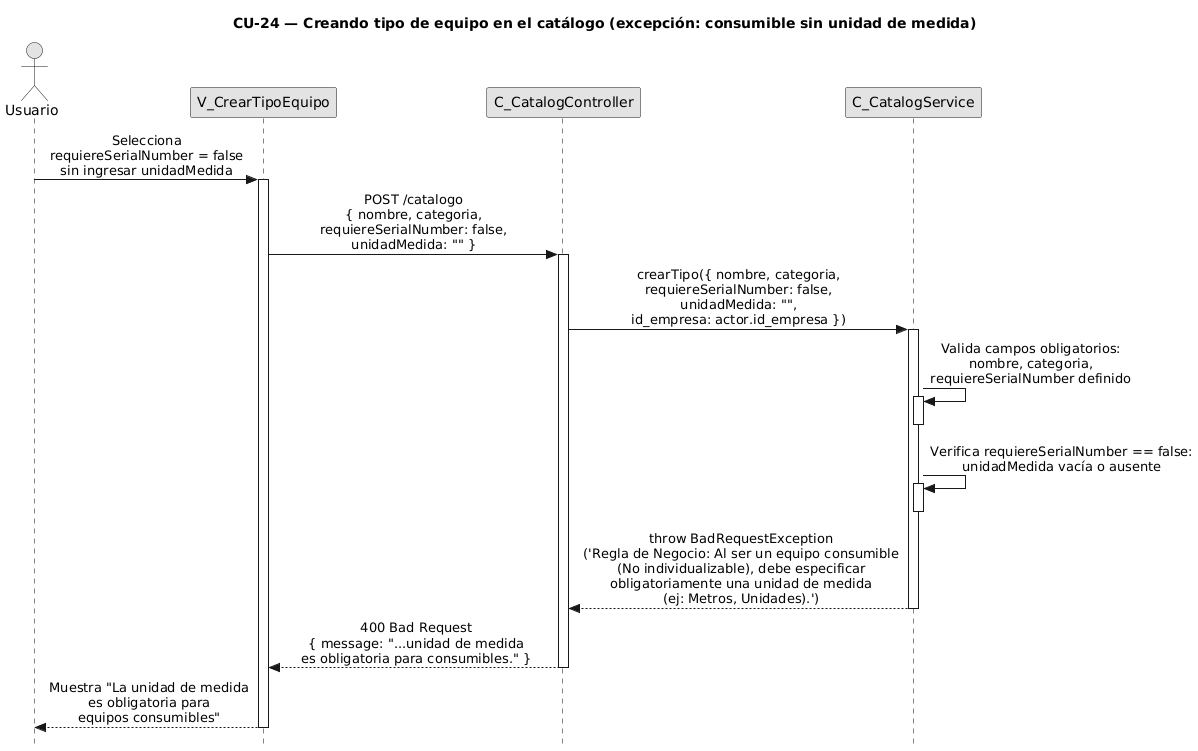
Before: diagramas-secuencia/CU24/CU24-exc-consumible-sin-unidad.png, a diagram exported from PlantUML (FSM-Finet-y-Cable-Magico/Team_1-Inventario-y-Bodega). Its diagram source:
```plantuml
@startuml CU24-exc-consumible-sin-unidad
title CU-24 — Creando tipo de equipo en el catálogo (excepción: consumible sin unidad de medida)

skinparam style strictuml
skinparam monochrome true
skinparam shadowing false
skinparam sequenceMessageAlign center
skinparam ParticipantPadding 70
skinparam ActorPadding 30
skinparam sequence {
  MessageAlign center
  LifeLineBorderColor black
}
hide footbox

actor "Usuario" as user
participant "V_CrearTipoEquipo" as view
participant "C_CatalogController" as ctrl
participant "C_CatalogService" as svc

user -> view : Selecciona\nrequiereSerialNumber = false\nsin ingresar unidadMedida
activate view

view -> ctrl : POST /catalogo\n{ nombre, categoria,\nrequiereSerialNumber: false,\nunidadMedida: "" }
activate ctrl

ctrl -> svc : crearTipo({ nombre, categoria,\nrequiereSerialNumber: false,\nunidadMedida: "",\nid_empresa: actor.id_empresa })
activate svc

svc -> svc : Valida campos obligatorios:\nnombre, categoria,\nrequiereSerialNumber definido
activate svc
deactivate svc

svc -> svc : Verifica requiereSerialNumber == false:\nunidadMedida vacía o ausente
activate svc
deactivate svc

svc --> ctrl : throw BadRequestException\n('Regla de Negocio: Al ser un equipo consumible\n(No individualizable), debe especificar\nobligatoriamente una unidad de medida\n(ej: Metros, Unidades).')
deactivate svc

ctrl --> view : 400 Bad Request\n{ message: "...unidad de medida\nes obligatoria para consumibles." }
deactivate ctrl

view --> user : Muestra "La unidad de medida\nes obligatoria para\nequipos consumibles"
deactivate view

@enduml
```
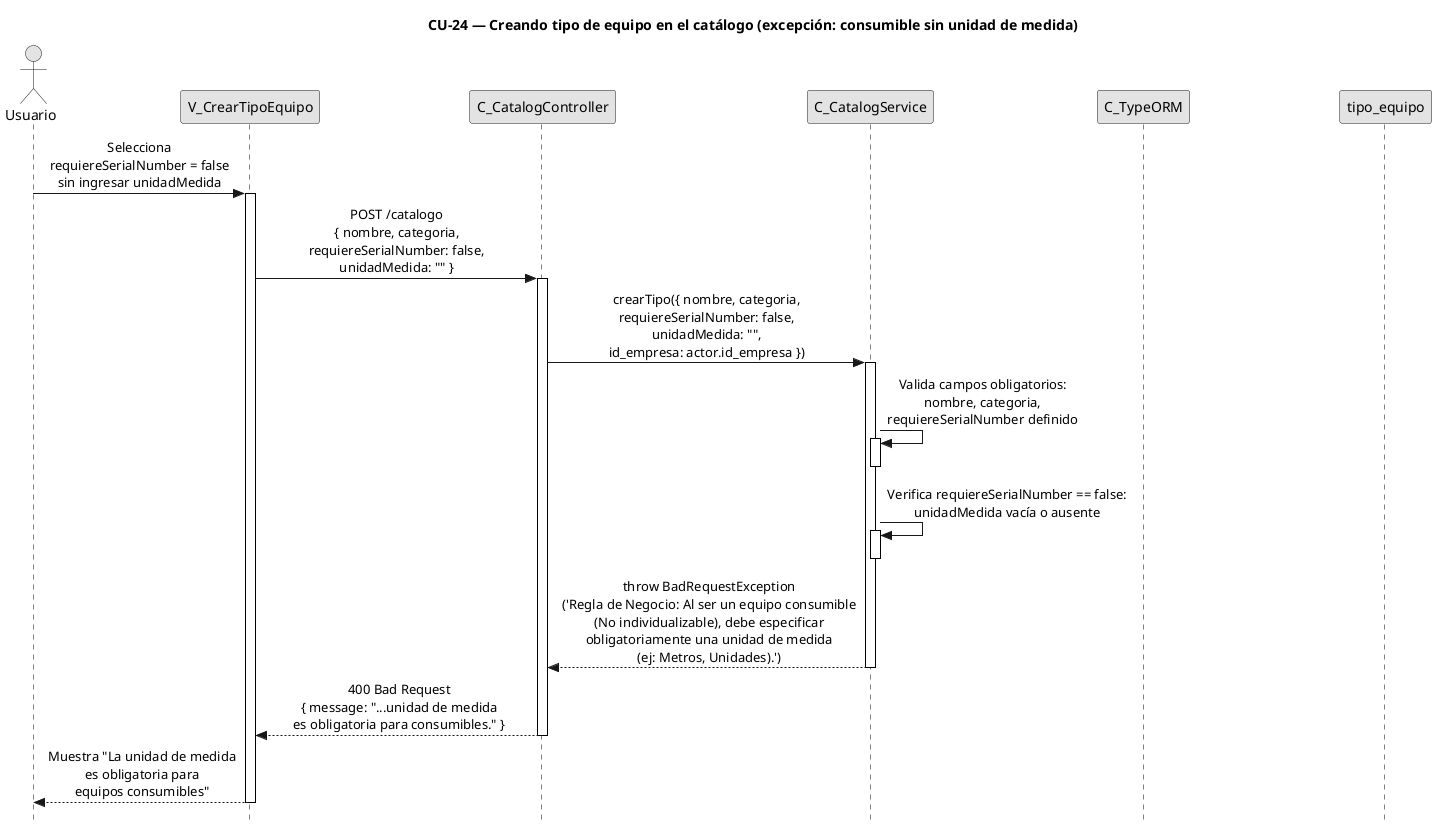
After the change.

Change to the diagram source:
```diff
@@ -17,6 +17,8 @@
 participant "V_CrearTipoEquipo" as view
 participant "C_CatalogController" as ctrl
 participant "C_CatalogService" as svc
+participant "C_TypeORM" as orm
+participant "tipo_equipo" as tent
 
 user -> view : Selecciona\nrequiereSerialNumber = false\nsin ingresar unidadMedida
 activate view
```
